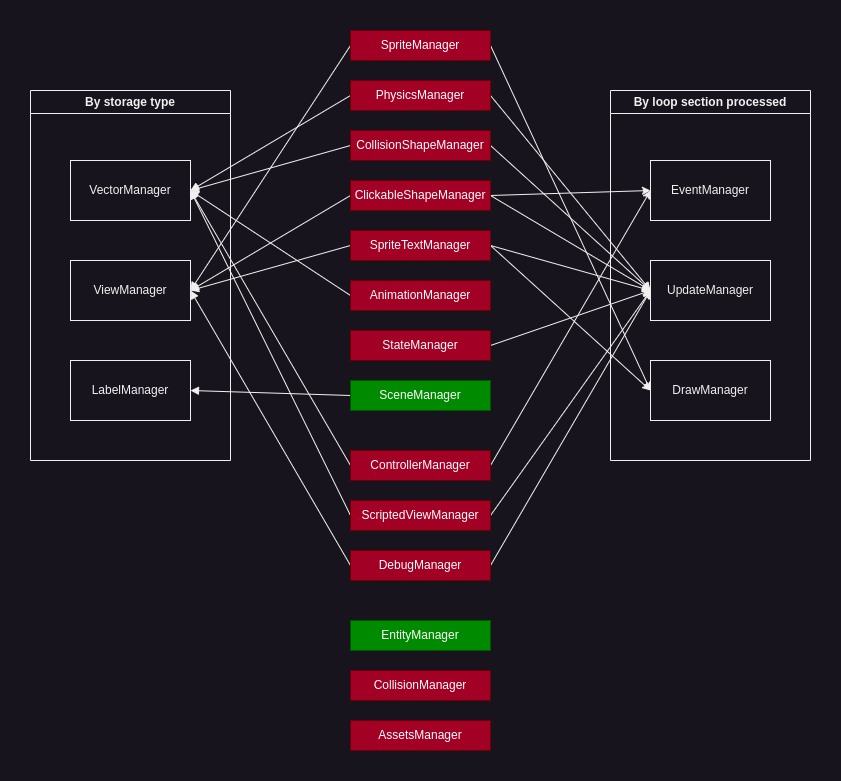
This is notes/Managers.drawio.png from codeandjoy/SGE, a draw.io export, as it was before one commit. Source tidied: cells renumbered, new cells last; positions are measured from the earlier drawing's top-left corner, leaving out a move shared by most shapes.
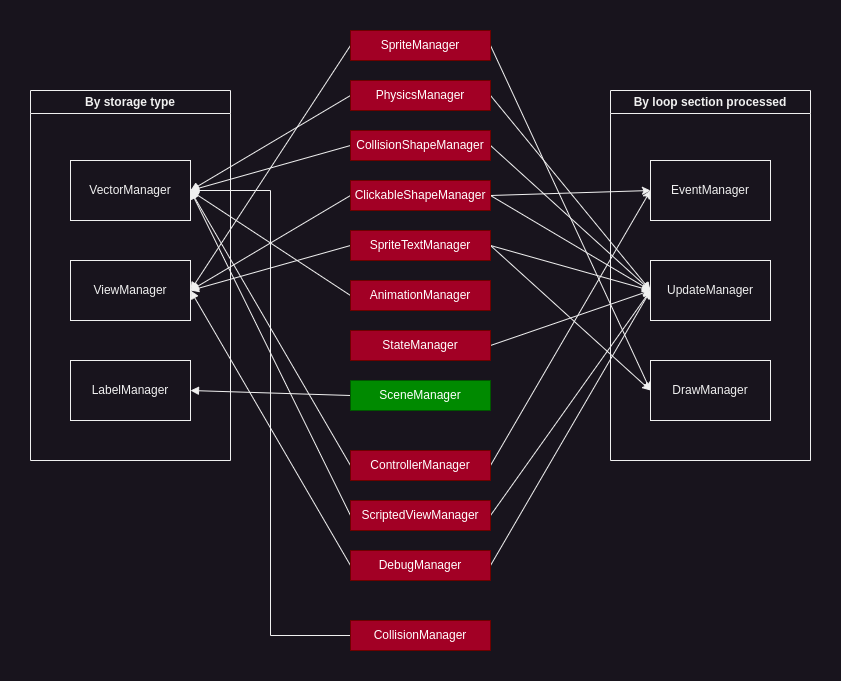
Later version of the same file.

What changed in the source:
```diff
@@ -122,14 +122,11 @@
     <mxCell id="41" value="SceneManager" style="rounded=0;whiteSpace=wrap;html=1;fillColor=#008a00;fontColor=#ffffff;strokeColor=#005700;" parent="1" vertex="1">
       <mxGeometry x="320" y="350" width="140" height="30" as="geometry" />
     </mxCell>
-    <mxCell id="42" value="AssetsManager" style="rounded=0;whiteSpace=wrap;html=1;fillColor=#a20025;fontColor=#ffffff;strokeColor=#6F0000;" parent="1" vertex="1">
-      <mxGeometry x="320" y="690" width="140" height="30" as="geometry" />
-    </mxCell>
+    <mxCell id="45" style="edgeStyle=orthogonalEdgeStyle;rounded=0;jettySize=auto;html=1;exitX=0;exitY=0.5;exitDx=0;exitDy=0;entryX=1;entryY=0.5;entryDx=0;entryDy=0;endArrow=block;endFill=1;" parent="1" edge="1" source="43" target="3">
+      <mxGeometry relative="1" as="geometry" />
+    </mxCell>
     <mxCell id="43" value="CollisionManager" style="rounded=0;whiteSpace=wrap;html=1;fillColor=#a20025;fontColor=#ffffff;strokeColor=#6F0000;" parent="1" vertex="1">
-      <mxGeometry x="320" y="640" width="140" height="30" as="geometry" />
+      <mxGeometry x="320" y="590" width="140" height="30" as="geometry" />
     </mxCell>
-    <mxCell id="44" value="EntityManager" style="rounded=0;whiteSpace=wrap;html=1;fillColor=#008a00;fontColor=#ffffff;strokeColor=#005700;" parent="1" vertex="1">
-      <mxGeometry x="320" y="590" width="140" height="30" as="geometry" />
-    </mxCell>
   </root>
 </mxGraphModel>
```
